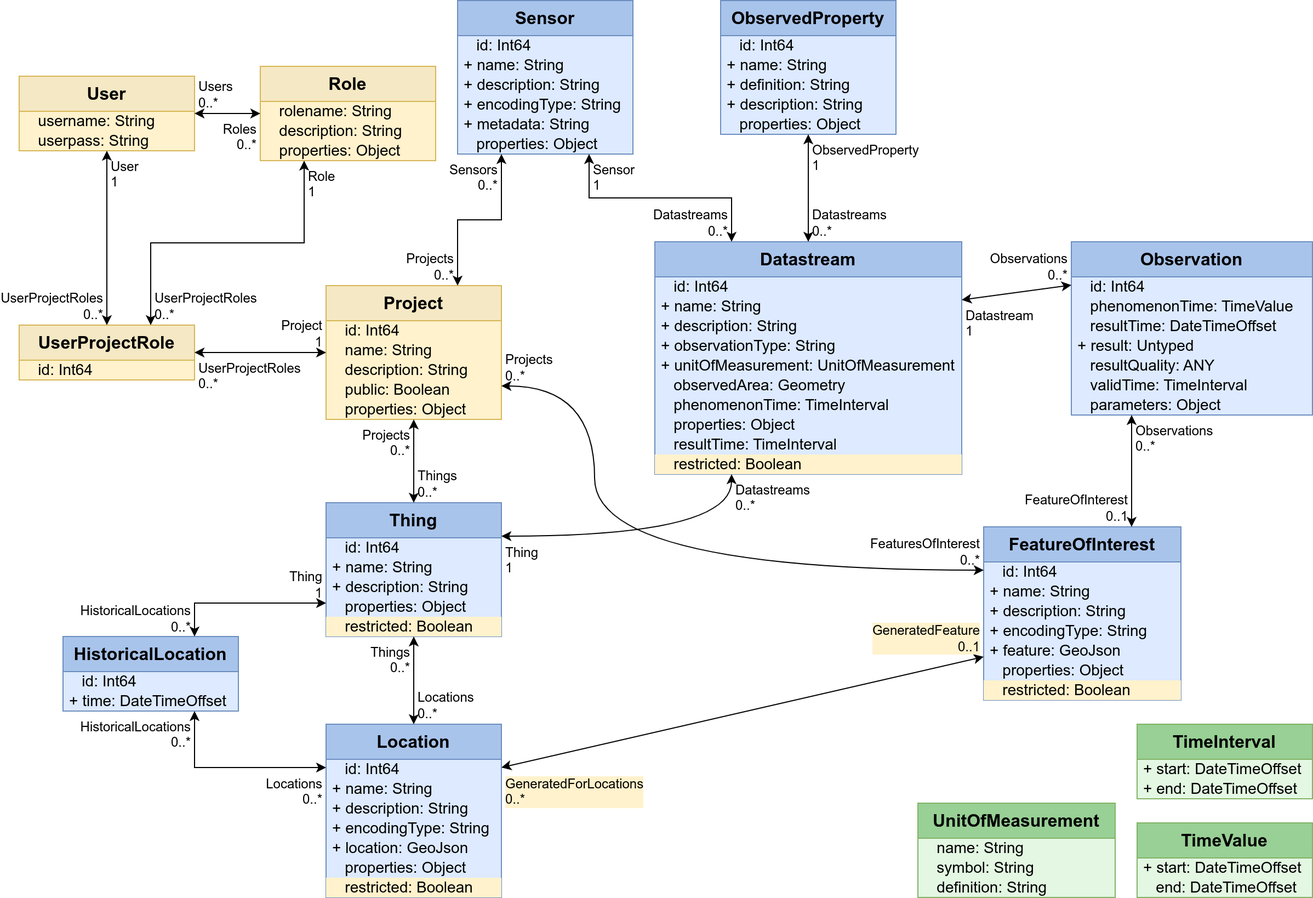
Above: Datamodel-SensorThingsApi-Projects.drawio.png in hylkevds/FROST-Server.Plugin.Projects (draw.io), before the change. Source tidied: cells renumbered, new cells last; positions are measured from the earlier drawing's top-left corner, leaving out a move shared by most shapes.
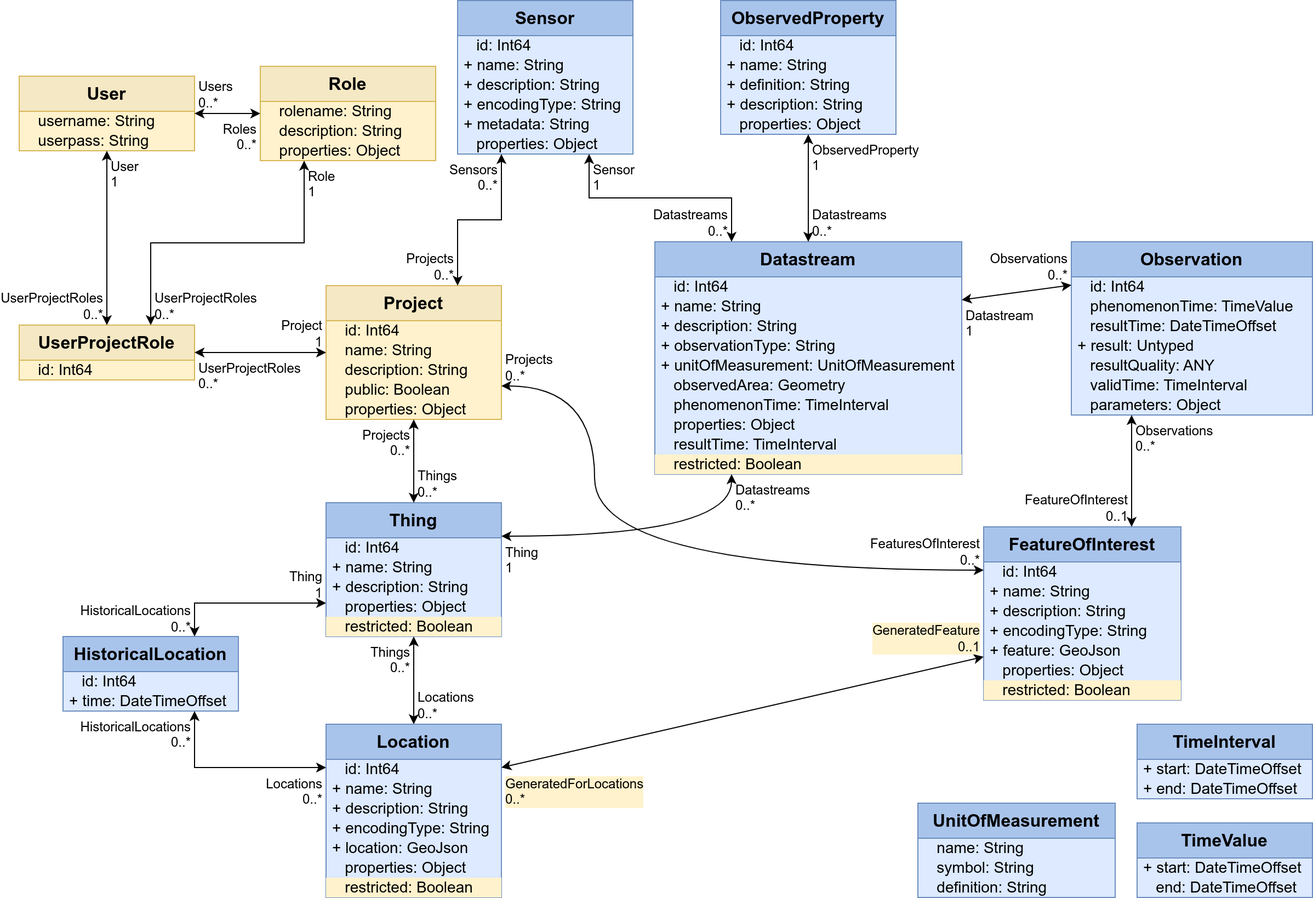
After the change.

Commit message:
Updated data model image

Diff of the diagram source:
```diff
@@ -367,7 +367,7 @@
     <mxCell id="121" value="User&lt;br&gt;1" style="edgeLabel;html=1;align=left;verticalAlign=top;labelBackgroundColor=none;fontSize=12;spacingLeft=1;spacing=3;spacingRight=2;" parent="119" vertex="1">
       <mxGeometry x="1" relative="1" as="geometry" />
     </mxCell>
-    <mxCell id="122" value="TimeInterval" style="swimlane;fontStyle=1;horizontal=1;startSize=32;fontSize=16;whiteSpace=wrap;html=1;fillColor=#98D095;strokeColor=#82b366;swimlaneFillColor=#E3F7E2;" parent="1" vertex="1">
+    <mxCell id="122" value="TimeInterval" style="swimlane;fontStyle=1;horizontal=1;startSize=32;fontSize=16;whiteSpace=wrap;html=1;fillColor=#A9C4EB;strokeColor=#6c8ebf;swimlaneFillColor=#DDEAFF;verticalAlign=top;" parent="1" vertex="1">
       <mxGeometry x="1020" y="660" width="160" height="68" as="geometry" />
     </mxCell>
     <mxCell id="123" value="+ start: DateTimeOffset" style="text;strokeColor=none;fillColor=none;align=left;verticalAlign=middle;spacingLeft=4;spacingRight=4;overflow=visible;html=1;fontSize=14;" parent="122" vertex="1">
@@ -376,7 +376,7 @@
     <mxCell id="124" value="+ end: DateTimeOffset" style="text;strokeColor=none;fillColor=none;align=left;verticalAlign=middle;spacingLeft=4;spacingRight=4;overflow=visible;html=1;fontSize=14;" parent="122" vertex="1">
       <mxGeometry y="50" width="160" height="18" as="geometry" />
     </mxCell>
-    <mxCell id="125" value="TimeValue" style="swimlane;fontStyle=1;horizontal=1;startSize=32;fontSize=16;whiteSpace=wrap;html=1;fillColor=#98D095;strokeColor=#82b366;swimlaneFillColor=#E3F7E2;" parent="1" vertex="1">
+    <mxCell id="125" value="TimeValue" style="swimlane;fontStyle=1;horizontal=1;startSize=32;fontSize=16;whiteSpace=wrap;html=1;fillColor=#A9C4EB;strokeColor=#6c8ebf;swimlaneFillColor=#DDEAFF;verticalAlign=top;" parent="1" vertex="1">
       <mxGeometry x="1020" y="750" width="160" height="68" as="geometry" />
     </mxCell>
     <mxCell id="126" value="+ start: DateTimeOffset" style="text;strokeColor=none;fillColor=none;align=left;verticalAlign=middle;spacingLeft=4;spacingRight=4;overflow=visible;html=1;fontSize=14;" parent="125" vertex="1">
@@ -385,7 +385,7 @@
     <mxCell id="127" value="&amp;nbsp;&amp;nbsp;&amp;nbsp;end: DateTimeOffset" style="text;strokeColor=none;fillColor=none;align=left;verticalAlign=middle;spacingLeft=4;spacingRight=4;overflow=visible;html=1;fontSize=14;" parent="125" vertex="1">
       <mxGeometry y="50" width="160" height="18" as="geometry" />
     </mxCell>
-    <mxCell id="128" value="UnitOfMeasurement" style="swimlane;fontStyle=1;horizontal=1;startSize=32;fontSize=16;whiteSpace=wrap;html=1;fillColor=#98D095;strokeColor=#82b366;swimlaneFillColor=#E3F7E2;" parent="1" vertex="1">
+    <mxCell id="128" value="UnitOfMeasurement" style="swimlane;fontStyle=1;horizontal=1;startSize=32;fontSize=16;whiteSpace=wrap;html=1;fillColor=#A9C4EB;strokeColor=#6c8ebf;swimlaneFillColor=#DDEAFF;verticalAlign=top;" parent="1" vertex="1">
       <mxGeometry x="820" y="732" width="180" height="86" as="geometry" />
     </mxCell>
     <mxCell id="129" value="&amp;nbsp;&amp;nbsp;&amp;nbsp;name: String" style="text;strokeColor=none;fillColor=none;align=left;verticalAlign=middle;spacingLeft=4;spacingRight=4;overflow=visible;html=1;fontSize=14;" parent="128" vertex="1">
```
